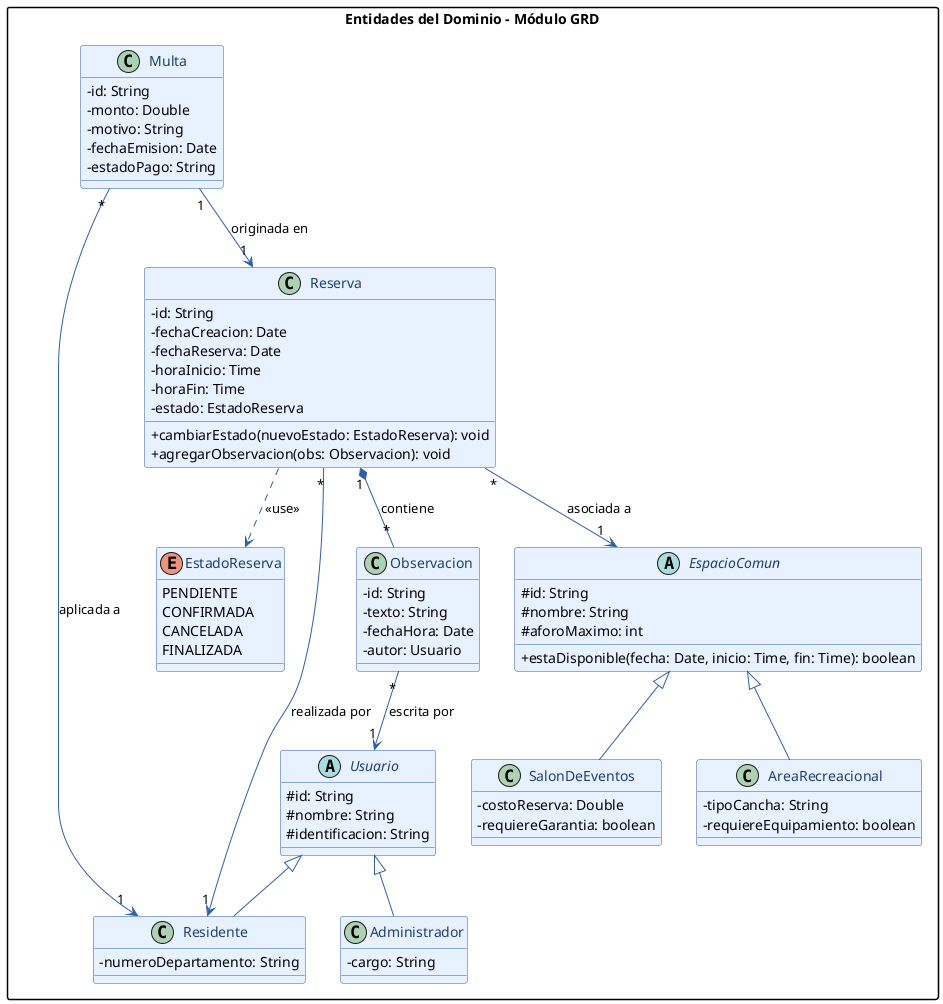
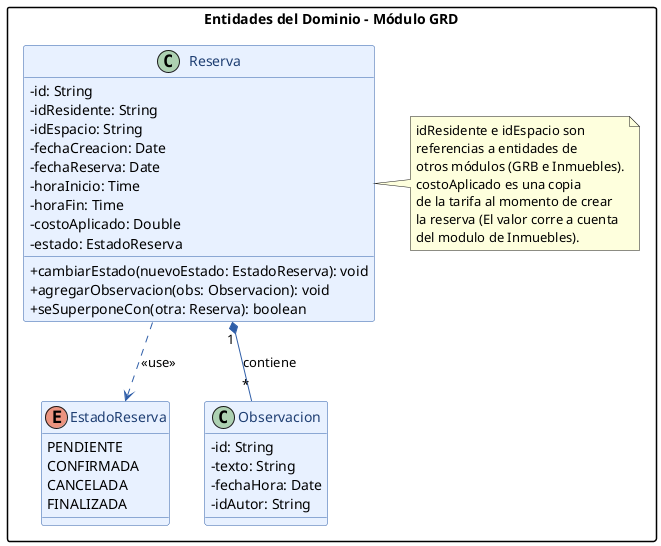
@startuml Diagrama_Dominio_GRD
skinparam classAttributeIconSize 0
skinparam shadowing false
skinparam packageStyle rectangle

skinparam class {
    BackgroundColor #E8F1FF
    BorderColor #2F5EA8
    ArrowColor #2F5EA8
    FontColor #1F3F73
}
skinparam enum {
    BackgroundColor #EEF5FF
    BorderColor #1F3F73
    FontColor #1F3F73
}

package "Entidades del Dominio - Módulo GRD" {

    enum EstadoReserva {
        PENDIENTE
        CONFIRMADA
        CANCELADA
        FINALIZADA
    }

-     abstract class Usuario {
-         # id: String
-         # nombre: String
-         # identificacion: String
-     }
- 
-     class Residente {
-         - numeroDepartamento: String
-     }
- 
-     class Administrador {
-         - cargo: String
-     }
- 
    class Reserva {
        - id: String
+         - idResidente: String
+         - idEspacio: String
        - fechaCreacion: Date
        - fechaReserva: Date
        - horaInicio: Time
        - horaFin: Time
+         - costoAplicado: Double
        - estado: EstadoReserva
        + cambiarEstado(nuevoEstado: EstadoReserva): void
        + agregarObservacion(obs: Observacion): void
+         + seSuperponeCon(otra: Reserva): boolean
    }

    class Observacion {
        - id: String
        - texto: String
        - fechaHora: Date
-         - autor: Usuario
+         - idAutor: String
    }

-     abstract class EspacioComun {
-         # id: String
-         # nombre: String
-         # aforoMaximo: int
-         + estaDisponible(fecha: Date, inicio: Time, fin: Time): boolean
-     }
+     Reserva "1" *-- "*" Observacion : "contiene"
+     Reserva .down.> EstadoReserva : "<<use>>"

-     class SalonDeEventos {
-         - costoReserva: Double
-         - requiereGarantia: boolean
-     }
- 
-     class AreaRecreacional {
-         - tipoCancha: String
-         - requiereEquipamiento: boolean
-     }
- 
-     class Multa {
-         - id: String
-         - monto: Double
-         - motivo: String
-         - fechaEmision: Date
-         - estadoPago: String
-     }
- 
-     ' Relaciones de Herencia (Generalización)
-     Usuario <|-- Residente
-     Usuario <|-- Administrador
-     EspacioComun <|-- SalonDeEventos
-     EspacioComun <|-- AreaRecreacional
- 
-     ' Relaciones Centrales del Dominio
-     Reserva "*" --> "1" Residente : "realizada por"
-     Reserva "*" --> "1" EspacioComun : "asociada a"
-     Reserva "1" *-- "*" Observacion : "contiene"
-     Multa "*" --> "1" Residente : "aplicada a"
-     Multa "1" --> "1" Reserva : "originada en"
-     Observacion "*" --> "1" Usuario : "escrita por"
- 
-     ' Dependencias
-     Reserva .down.> EstadoReserva : "<<use>>"
+     note right of Reserva
+       idResidente e idEspacio son
+       referencias a entidades de
+       otros módulos (GRB e Inmuebles).
+       costoAplicado es una copia
+       de la tarifa al momento de crear
+       la reserva (El valor corre a cuenta
+       del modulo de Inmuebles).
+     end note
}
- @enduml
+ @enduml